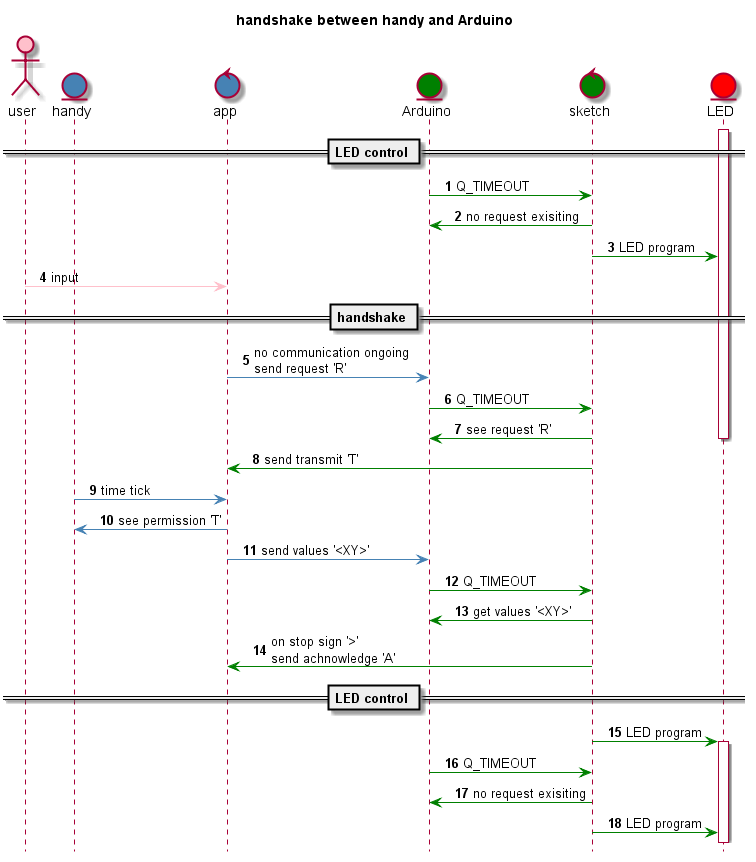
Earlier version of the PlantUML export doc/handshake.png (orje/LEDviaApp).
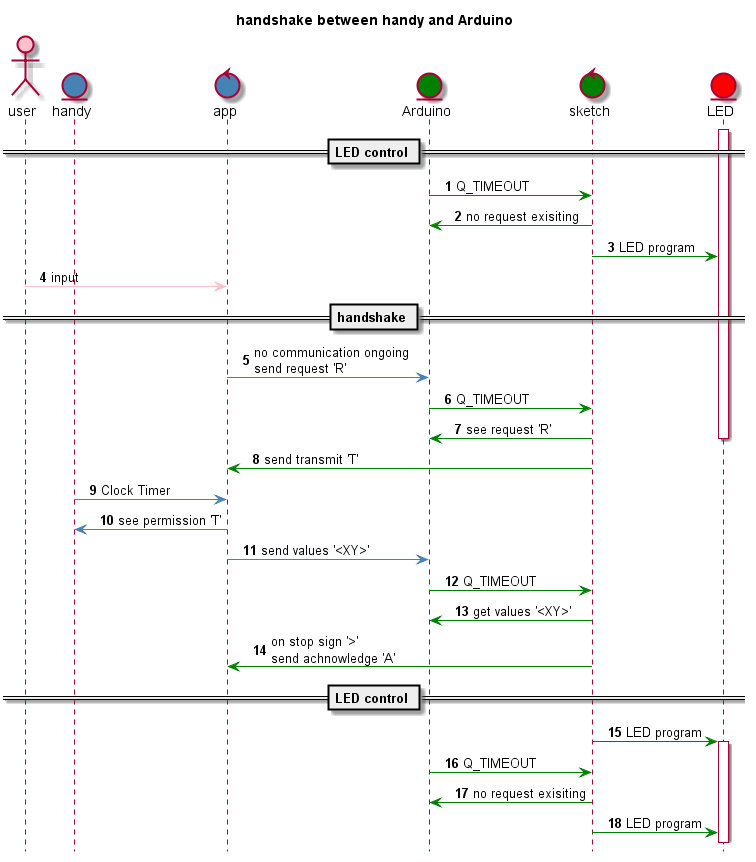
After the commit.

What changed in the source:
```diff
@@ -37,7 +37,7 @@
 
 sketch -[#green]> app: send transmit 'T'
 
-handy -[#steelblue]> app: time tick
+handy -[#steelblue]> app: Clock Timer
 
 app -[#steelblue]> handy: see permission 'T'
 
```
